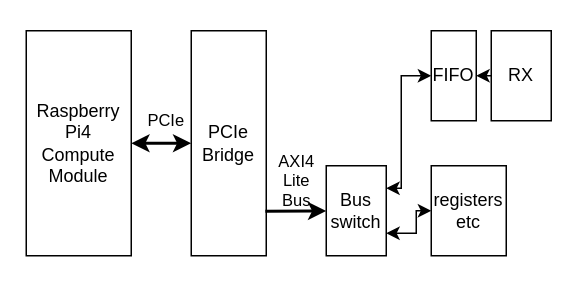
Before: page "AXI Bus connection" (2 of 2) of FPGA/documentation/Data connections to PCIe Bridge.drawio in laurencebarker/Saturn, a draw.io diagram. Source tidied: cells renumbered, new cells numbered last; positions are measured from the earlier drawing's top-left corner, leaving out a move shared by most shapes. Both pictures are drawn from the tidied source at 150%, with x=0, y=0 at pixel (26, 30).
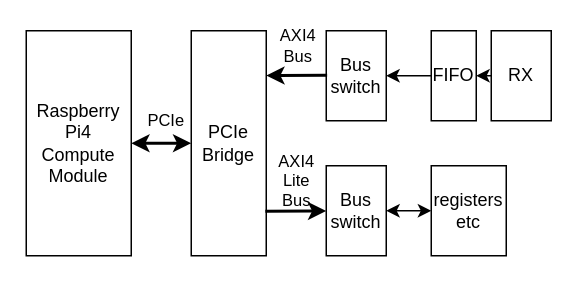
After the change.

Diff of the diagram source:
```diff
@@
 <mxGraphModel>
   <root>
     <mxCell id="0" />
     <mxCell id="1" parent="0" />
     <mxCell id="2" value="PCIe" style="edgeStyle=orthogonalEdgeStyle;rounded=0;jettySize=auto;html=1;exitX=0;exitY=0.5;exitDx=0;exitDy=0;entryX=1;entryY=0.5;entryDx=0;entryDy=0;startArrow=classic;startFill=1;endArrow=classic;endFill=1;strokeWidth=2;" parent="1" edge="1" source="3" target="4">
       <mxGeometry x="-0.14" y="-15" relative="1" as="geometry" />
     </mxCell>
     <mxCell id="3" value="PCIe Bridge" style="rounded=0;whiteSpace=wrap;html=1;" parent="1" vertex="1">
       <mxGeometry x="110" width="50" height="150" as="geometry" />
     </mxCell>
     <mxCell id="4" value="Raspberry Pi4 Compute Module" style="rounded=0;whiteSpace=wrap;html=1;" parent="1" vertex="1">
       <mxGeometry width="70" height="150" as="geometry" />
     </mxCell>
+    <mxCell id="13" style="edgeStyle=orthogonalEdgeStyle;rounded=0;jettySize=auto;html=1;exitX=0;exitY=0.5;exitDx=0;exitDy=0;entryX=1;entryY=0.5;entryDx=0;entryDy=0;" parent="1" edge="1" source="5" target="14">
+      <mxGeometry relative="1" as="geometry" />
+    </mxCell>
     <mxCell id="5" value="FIFO" style="rounded=0;whiteSpace=wrap;html=1;" parent="1" vertex="1">
       <mxGeometry x="270" width="30" height="60" as="geometry" />
     </mxCell>
     <mxCell id="6" style="edgeStyle=orthogonalEdgeStyle;rounded=0;jettySize=auto;html=1;exitX=0;exitY=0.5;exitDx=0;exitDy=0;entryX=1;entryY=0.5;entryDx=0;entryDy=0;" parent="1" edge="1" source="7">
       <mxGeometry relative="1" as="geometry">
         <mxPoint x="300" y="30" as="targetPoint" />
       </mxGeometry>
     </mxCell>
     <mxCell id="7" value="RX" style="rounded=0;whiteSpace=wrap;html=1;" parent="1" vertex="1">
       <mxGeometry x="310" width="40" height="60" as="geometry" />
     </mxCell>
     <mxCell id="8" value="registers etc" style="rounded=0;whiteSpace=wrap;html=1;" parent="1" vertex="1">
       <mxGeometry x="270" y="90" width="50" height="60" as="geometry" />
     </mxCell>
     <mxCell id="9" value="AXI4&lt;br&gt;Lite&lt;br&gt;Bus" style="endArrow=classic;html=1;strokeWidth=2;exitX=0.988;exitY=0.802;exitDx=0;exitDy=0;exitPerimeter=0;labelBackgroundColor=none;" parent="1" edge="1" source="3" target="12">
       <mxGeometry x="0.02" y="20" relative="1" as="geometry" />
     </mxCell>
-    <mxCell id="10" style="edgeStyle=orthogonalEdgeStyle;rounded=0;jettySize=auto;html=1;exitX=1;exitY=0.25;exitDx=0;exitDy=0;entryX=0;entryY=0.5;entryDx=0;entryDy=0;labelBackgroundColor=none;startArrow=classic;startFill=1;endArrow=classic;endFill=1;strokeWidth=1;" parent="1" edge="1" source="12" target="5">
-      <mxGeometry relative="1" as="geometry">
-        <Array as="points">
-          <mxPoint x="250" y="105" />
-          <mxPoint x="250" y="30" />
-        </Array>
-      </mxGeometry>
-    </mxCell>
-    <mxCell id="11" style="edgeStyle=orthogonalEdgeStyle;rounded=0;jettySize=auto;html=1;exitX=1;exitY=0.75;exitDx=0;exitDy=0;entryX=0;entryY=0.5;entryDx=0;entryDy=0;labelBackgroundColor=none;startArrow=classic;startFill=1;endArrow=classic;endFill=1;strokeWidth=1;" parent="1" edge="1" source="12" target="8">
+    <mxCell id="11" style="edgeStyle=orthogonalEdgeStyle;rounded=0;jettySize=auto;html=1;exitX=1;exitY=0.5;exitDx=0;exitDy=0;entryX=0;entryY=0.5;entryDx=0;entryDy=0;labelBackgroundColor=none;startArrow=classic;startFill=1;endArrow=classic;endFill=1;strokeWidth=1;" parent="1" edge="1" source="12" target="8">
       <mxGeometry relative="1" as="geometry">
         <Array as="points">
-          <mxPoint x="260" y="135" />
-          <mxPoint x="260" y="120" />
+          <mxPoint x="250" y="120" />
+          <mxPoint x="250" y="120" />
         </Array>
       </mxGeometry>
     </mxCell>
     <mxCell id="12" value="Bus switch" style="rounded=0;whiteSpace=wrap;html=1;" parent="1" vertex="1">
       <mxGeometry x="200" y="90" width="40" height="60" as="geometry" />
     </mxCell>
+    <mxCell id="14" value="Bus switch" style="rounded=0;whiteSpace=wrap;html=1;" parent="1" vertex="1">
+      <mxGeometry x="200" width="40" height="60" as="geometry" />
+    </mxCell>
+    <mxCell id="15" value="AXI4&lt;br&gt;Bus" style="endArrow=none;html=1;strokeWidth=2;exitX=0.988;exitY=0.802;exitDx=0;exitDy=0;exitPerimeter=0;labelBackgroundColor=none;startArrow=classic;startFill=1;endFill=0;" parent="1" edge="1">
+      <mxGeometry x="0.02" y="20" relative="1" as="geometry">
+        <mxPoint x="160" y="29.9" as="sourcePoint" />
+        <mxPoint x="200.6" y="29.7" as="targetPoint" />
+      </mxGeometry>
+    </mxCell>
   </root>
 </mxGraphModel>
```
